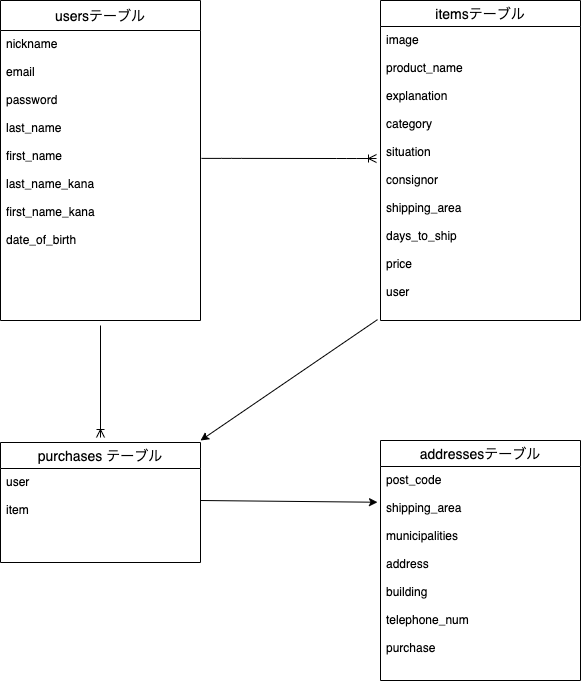
chanrioooooo/furima-36850-2 keeps this draw.io diagram as ER.drawio.png. Above is the earlier version. Source tidied: cells renumbered, new cells last; positions are measured from the earlier drawing's top-left corner, leaving out a move shared by most shapes.
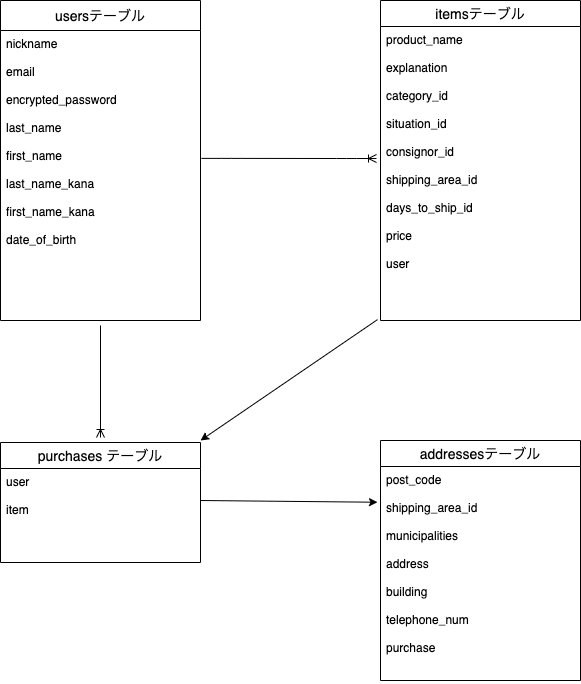
The same diagram one commit later.

Commit message:
DB設計の修正

What changed in the source:
```diff
@@ -5,13 +5,13 @@
     <mxCell id="2" value="usersテーブル" style="swimlane;fontStyle=0;horizontal=1;startSize=30;align=center;fontSize=14;" parent="1" vertex="1">
       <mxGeometry width="200" height="320" as="geometry" />
     </mxCell>
-    <mxCell id="3" value="nickname&#10;&#10;email&#10;&#10;password&#10;&#10;last_name&#10;&#10;first_name&#10;&#10;last_name_kana&#10;&#10;first_name_kana&#10;&#10;date_of_birth" style="text;strokeColor=none;fillColor=none;spacingLeft=4;spacingRight=4;overflow=hidden;points=[[0,0.5],[1,0.5]];portConstraint=eastwest;fontSize=12;verticalAlign=top;" parent="2" vertex="1">
+    <mxCell id="3" value="nickname&#10;&#10;email&#10;&#10;encrypted_password&#10;&#10;last_name&#10;&#10;first_name&#10;&#10;last_name_kana&#10;&#10;first_name_kana&#10;&#10;date_of_birth" style="text;strokeColor=none;fillColor=none;spacingLeft=4;spacingRight=4;overflow=hidden;points=[[0,0.5],[1,0.5]];portConstraint=eastwest;fontSize=12;verticalAlign=top;" parent="2" vertex="1">
       <mxGeometry y="30" width="200" height="290" as="geometry" />
     </mxCell>
     <mxCell id="4" value="itemsテーブル" style="swimlane;fontStyle=0;horizontal=1;startSize=26;align=center;fontSize=14;" parent="1" vertex="1">
       <mxGeometry x="380" width="200" height="320" as="geometry" />
     </mxCell>
-    <mxCell id="5" value="image&#10;&#10;product_name&#10;&#10;explanation&#10;&#10;category&#10;&#10;situation&#10;&#10;consignor&#10;&#10;shipping_area&#10;&#10;days_to_ship&#10;&#10;price&#10;&#10;user&#10;" style="text;strokeColor=none;fillColor=none;spacingLeft=4;spacingRight=4;overflow=hidden;points=[[0,0.5],[1,0.5]];portConstraint=eastwest;fontSize=12;" parent="4" vertex="1">
+    <mxCell id="5" value="product_name&#10;&#10;explanation&#10;&#10;category_id&#10;&#10;situation_id&#10;&#10;consignor_id&#10;&#10;shipping_area_id&#10;&#10;days_to_ship_id&#10;&#10;price&#10;&#10;user&#10;" style="text;strokeColor=none;fillColor=none;spacingLeft=4;spacingRight=4;overflow=hidden;points=[[0,0.5],[1,0.5]];portConstraint=eastwest;fontSize=12;" parent="4" vertex="1">
       <mxGeometry y="26" width="200" height="294" as="geometry" />
     </mxCell>
     <mxCell id="6" value="purchases テーブル" style="swimlane;fontStyle=0;horizontal=1;startSize=26;align=center;fontSize=14;" parent="1" vertex="1">
@@ -23,7 +23,7 @@
     <mxCell id="8" value="addressesテーブル" style="swimlane;fontStyle=0;horizontal=1;startSize=26;align=center;fontSize=14;" parent="1" vertex="1">
       <mxGeometry x="380" y="440" width="200" height="240" as="geometry" />
     </mxCell>
-    <mxCell id="9" value="post_code&#10;&#10;shipping_area&#10;&#10;municipalities&#10;&#10;address&#10;&#10;building&#10;&#10;telephone_num&#10;&#10;purchase" style="text;strokeColor=none;fillColor=none;spacingLeft=4;spacingRight=4;overflow=hidden;points=[[0,0.5],[1,0.5]];portConstraint=eastwest;fontSize=12;" parent="8" vertex="1">
+    <mxCell id="9" value="post_code&#10;&#10;shipping_area_id&#10;&#10;municipalities&#10;&#10;address&#10;&#10;building&#10;&#10;telephone_num&#10;&#10;purchase" style="text;strokeColor=none;fillColor=none;spacingLeft=4;spacingRight=4;overflow=hidden;points=[[0,0.5],[1,0.5]];portConstraint=eastwest;fontSize=12;" parent="8" vertex="1">
       <mxGeometry y="26" width="200" height="214" as="geometry" />
     </mxCell>
     <mxCell id="10" style="edgeStyle=entityRelationEdgeStyle;fontSize=12;html=1;endArrow=ERoneToMany;exitX=1.005;exitY=0.441;exitDx=0;exitDy=0;exitPerimeter=0;entryX=-0.02;entryY=0.449;entryDx=0;entryDy=0;entryPerimeter=0;" parent="1" edge="1" source="3" target="5">
```
